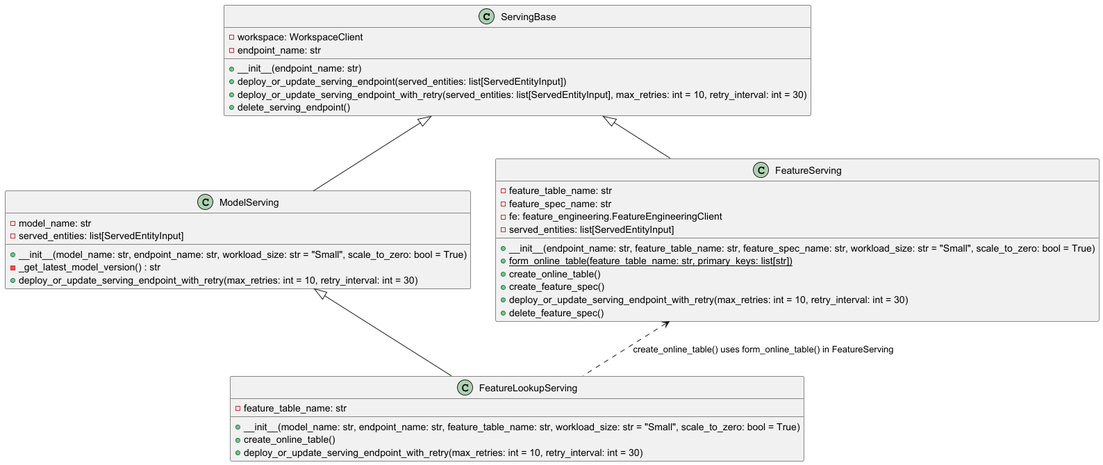
The PlantUML diagram images/serving.png in end-to-end-mlops-databricks-2/marvelous-databricks-course-acikgozmehmet, before a commit.
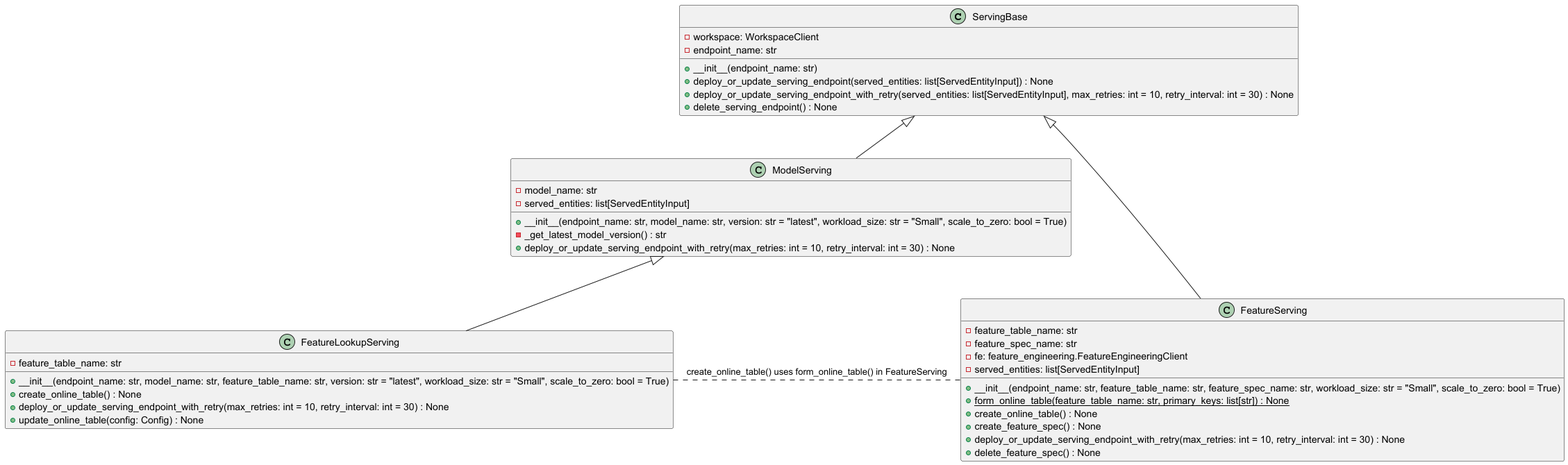
Later version of the same file.

What changed in the source:
```diff
@@ -3,17 +3,17 @@
     - workspace: WorkspaceClient
     - endpoint_name: str
     + __init__(endpoint_name: str)
-    + deploy_or_update_serving_endpoint(served_entities: list[ServedEntityInput])
-    + deploy_or_update_serving_endpoint_with_retry(served_entities: list[ServedEntityInput], max_retries: int = 10, retry_interval: int = 30)
-    + delete_serving_endpoint()
+    + deploy_or_update_serving_endpoint(served_entities: list[ServedEntityInput]) : None
+    + deploy_or_update_serving_endpoint_with_retry(served_entities: list[ServedEntityInput], max_retries: int = 10, retry_interval: int = 30) : None
+    + delete_serving_endpoint() : None
 }
 
 class ModelServing {
     - model_name: str
     - served_entities: list[ServedEntityInput]
-    + __init__(model_name: str, endpoint_name: str, workload_size: str = "Small", scale_to_zero: bool = True)
+    + __init__(endpoint_name: str, model_name: str, version: str = "latest", workload_size: str = "Small", scale_to_zero: bool = True)
     - _get_latest_model_version() : str
-    + deploy_or_update_serving_endpoint_with_retry(max_retries: int = 10, retry_interval: int = 30)
+    + deploy_or_update_serving_endpoint_with_retry(max_retries: int = 10, retry_interval: int = 30) : None
 }
 
 ServingBase <|-- ModelServing
@@ -24,23 +24,24 @@
     - fe: feature_engineering.FeatureEngineeringClient
     - served_entities: list[ServedEntityInput]
     + __init__(endpoint_name: str, feature_table_name: str, feature_spec_name: str, workload_size: str = "Small", scale_to_zero: bool = True)
-    + {static} form_online_table(feature_table_name: str, primary_keys: list[str])
-    + create_online_table()
-    + create_feature_spec()
-    + deploy_or_update_serving_endpoint_with_retry(max_retries: int = 10, retry_interval: int = 30)
-    + delete_feature_spec()
+    + {static} form_online_table(feature_table_name: str, primary_keys: list[str]) : None
+    + create_online_table() : None
+    + create_feature_spec() : None
+    + deploy_or_update_serving_endpoint_with_retry(max_retries: int = 10, retry_interval: int = 30) : None
+    + delete_feature_spec() : None
 }
 
 ServingBase <|-- FeatureServing
 
 class FeatureLookupServing {
     - feature_table_name: str
-    + __init__(model_name: str, endpoint_name: str, feature_table_name: str, workload_size: str = "Small", scale_to_zero: bool = True)
-    + create_online_table()
-    + deploy_or_update_serving_endpoint_with_retry(max_retries: int = 10, retry_interval: int = 30)
+    + __init__(endpoint_name: str, model_name: str, feature_table_name: str, version: str = "latest", workload_size: str = "Small", scale_to_zero: bool = True)
+    + create_online_table() : None
+    + deploy_or_update_serving_endpoint_with_retry(max_retries: int = 10, retry_interval: int = 30) : None
+    + update_online_table(config: Config) : None
 }
 
 ModelServing <|-- FeatureLookupServing
+FeatureServing .left. FeatureLookupServing : create_online_table() uses form_online_table() in FeatureServing
 
-FeatureServing <.. FeatureLookupServing : create_online_table() uses form_online_table() in FeatureServing
 @enduml
```
